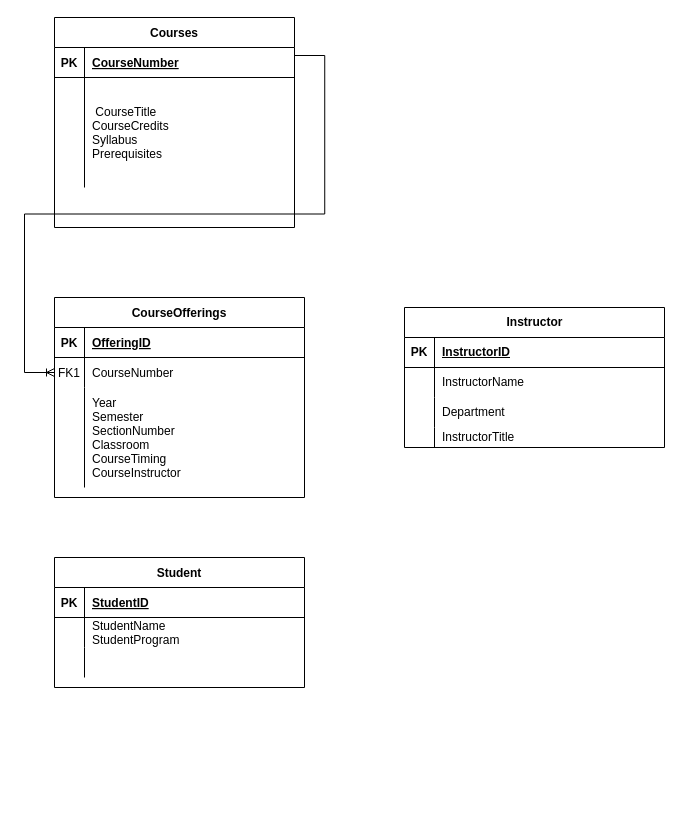
This is Untitled Diagram.drawio from HarrisonMicai/Music-Library-Database, a draw.io file, before an edit. Source tidied: cells renumbered, new cells numbered last; positions are measured from the earlier drawing's top-left corner, leaving out a move shared by most shapes. Both pictures are drawn from the tidied source at 100%, with x=0, y=0 at pixel (14, 17).
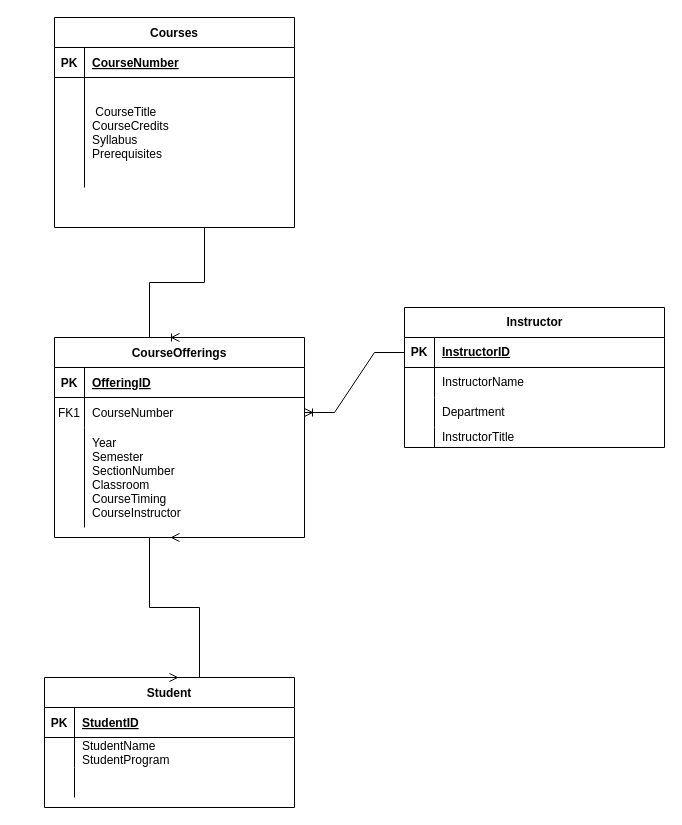
After the change.

The change refers to these unchanged cells:
```xml
<mxCell id="6" style="shape=partialRectangle;fillColor=none;points=[[0,0.5],[1,0.5]];portConstraint=eastwest;top=0;left=0;right=0;bottom=0;" parent="2" vertex="1">
  <mxGeometry y="60" width="250" height="30" as="geometry" />
</mxCell>
<mxCell id="22" value="Courses" style="shape=table;startSize=30;childLayout=tableLayout;rowLines=0;fontStyle=1;align=center;" parent="1" vertex="1">
  <mxGeometry x="40" width="240" height="210" as="geometry" />
</mxCell>
<mxCell id="23" style="shape=partialRectangle;fillColor=none;points=[[0,0.5],[1,0.5]];portConstraint=eastwest;top=0;left=0;right=0;bottom=1;" parent="22" vertex="1">
  <mxGeometry y="30" width="240" height="30" as="geometry" />
</mxCell>
<mxCell id="30" style="shape=tableRow;horizontal=0;startSize=0;swimlaneHead=0;swimlaneBody=0;fillColor=none;points=[[0,0.5],[1,0.5]];portConstraint=eastwest;top=0;left=0;right=0;bottom=1;" parent="29" vertex="1">
  <mxGeometry y="30" width="260" height="30" as="geometry" />
</mxCell>
```

The edit, as a diff of the source:
```diff
@@
     <mxCell id="2" value="CourseOfferings" style="shape=table;startSize=30;childLayout=tableLayout;rowLines=0;fontStyle=1;align=center;" parent="1" vertex="1">
-      <mxGeometry x="40" y="280" width="250" height="200" as="geometry" />
+      <mxGeometry x="40" y="320" width="250" height="200" as="geometry" />
     </mxCell>
@@
     <mxCell id="12" value="Student" style="shape=table;startSize=30;childLayout=tableLayout;rowLines=0;fontStyle=1;align=center;" parent="1" vertex="1">
-      <mxGeometry x="40" y="540" width="250" height="130" as="geometry" />
+      <mxGeometry x="30" y="660" width="250" height="130" as="geometry" />
     </mxCell>
@@
-    <mxCell id="42" style="edgeStyle=entityRelationEdgeStyle;fontSize=12;html=1;endArrow=ERoneToMany;rounded=0;exitX=1.001;exitY=0.267;exitDx=0;exitDy=0;exitPerimeter=0;" parent="1" edge="1" source="23">
+    <mxCell id="42" style="edgeStyle=entityRelationEdgeStyle;fontSize=12;html=1;endArrow=ERoneToMany;rounded=0;exitX=0.5;exitY=1;exitDx=0;exitDy=0;entryX=0.5;entryY=0;entryDx=0;entryDy=0;" parent="1" edge="1" source="22" target="2">
       <mxGeometry relative="1" as="geometry">
-        <mxPoint x="40" y="355" as="targetPoint" />
         <Array as="points">
           <mxPoint x="40" y="40" />
           <mxPoint x="90" y="210" />
           <mxPoint x="60" y="330" />
+          <mxPoint x="170" y="290" />
+          <mxPoint x="100" y="310" />
           <mxPoint x="120" y="260" />
+          <mxPoint x="160" y="290" />
           <mxPoint y="260" />
         </Array>
       </mxGeometry>
     </mxCell>
+    <mxCell id="43" style="edgeStyle=entityRelationEdgeStyle;fontSize=12;html=1;endArrow=ERoneToMany;rounded=0;exitX=0;exitY=0.5;exitDx=0;exitDy=0;entryX=1;entryY=0.5;entryDx=0;entryDy=0;" parent="1" edge="1" source="30" target="6">
+      <mxGeometry relative="1" as="geometry" />
+    </mxCell>
+    <mxCell id="44" style="edgeStyle=entityRelationEdgeStyle;fontSize=12;html=1;endArrow=ERmany;startArrow=ERmany;rounded=0;exitX=0.5;exitY=0;exitDx=0;exitDy=0;entryX=0.5;entryY=1;entryDx=0;entryDy=0;" parent="1" edge="1" source="12" target="2">
+      <mxGeometry relative="1" as="geometry" />
+    </mxCell>
```
